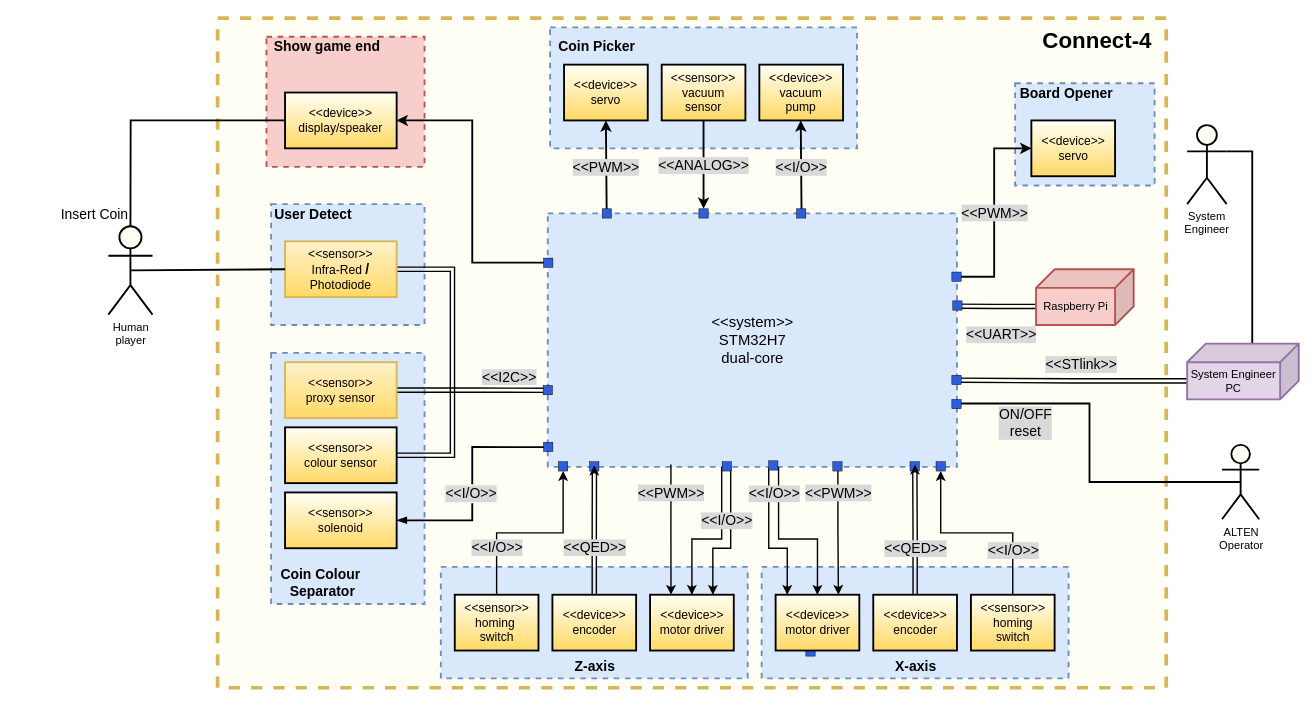
Above: 4. Diagrams/System/block-diagram-connect4.drawio in BorIvanov/Documents (draw.io), before the change. Source tidied: cells renumbered, new cells numbered last; positions are measured from the earlier drawing's top-left corner, leaving out a move shared by most shapes. Both pictures are drawn from the tidied source at 93%, with x=0, y=0 at pixel (52, 18).
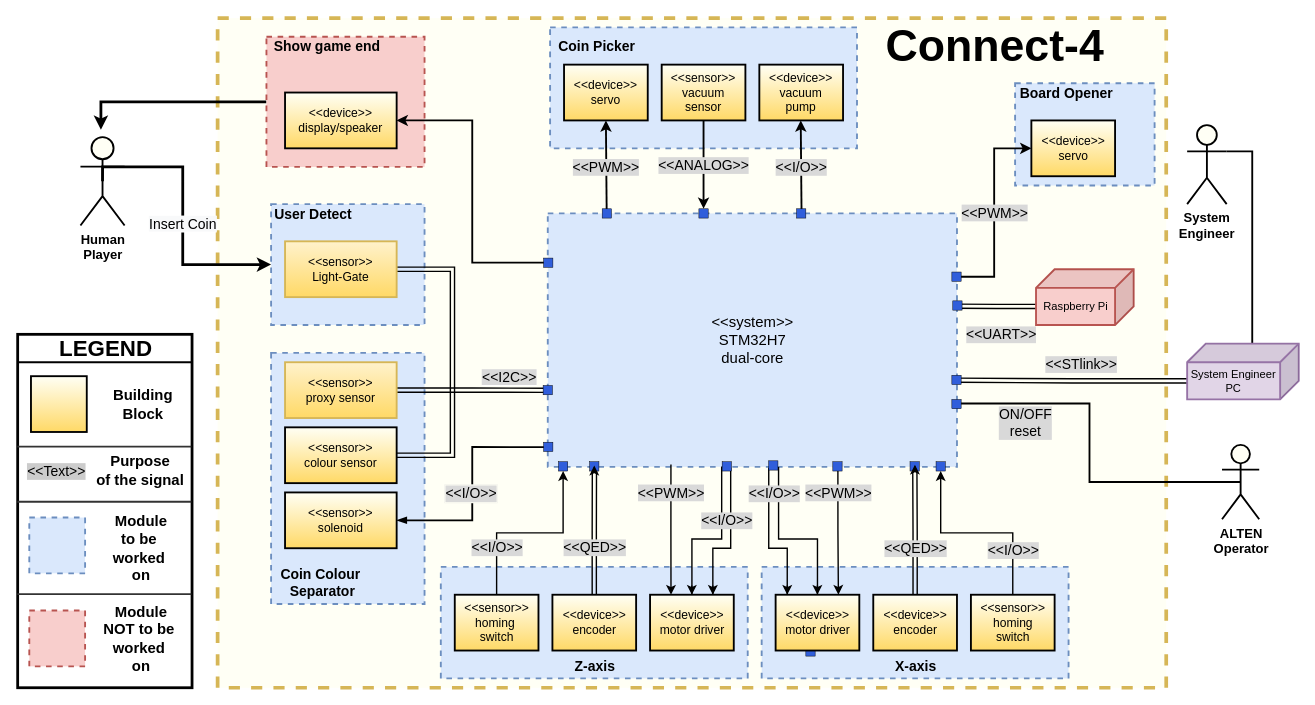
The same page after the edit.

The change refers to these unchanged cells:
```xml
<mxCell id="3" value="&lt;div style=&quot;text-align: justify&quot;&gt;&lt;br&gt;&lt;/div&gt;" style="rounded=0;whiteSpace=wrap;html=1;dashed=1;strokeWidth=2;fillColor=#f8cecc;strokeColor=#b85450;align=center;" parent="1" vertex="1">
  <mxGeometry x="230" y="20" width="170" height="140" as="geometry" />
</mxCell>
<mxCell id="5" style="rounded=0;whiteSpace=wrap;html=1;dashed=1;strokeWidth=2;fillColor=#dae8fc;strokeColor=#6c8ebf;" parent="1" vertex="1">
  <mxGeometry x="235" y="200" width="165" height="130" as="geometry" />
</mxCell>
<mxCell id="16" value="&amp;lt;&amp;lt;device&amp;gt;&amp;gt;&lt;br&gt;display/speaker" style="rounded=0;whiteSpace=wrap;html=1;fontSize=13;fontColor=none;strokeWidth=2;fillColor=#FFFFF5;gradientColor=#FFD966;" parent="1" vertex="1">
  <mxGeometry x="250" y="80" width="120" height="60" as="geometry" />
</mxCell>
```

Diff of the diagram source:
```diff
@@
+    <mxCell id="89" style="rounded=0;whiteSpace=wrap;html=1;fontSize=24;strokeWidth=3;" parent="1" vertex="1">
+      <mxGeometry x="-37.5" y="340" width="187.5" height="380" as="geometry" />
+    </mxCell>
@@
+    <mxCell id="90" style="edgeStyle=orthogonalEdgeStyle;rounded=0;jettySize=auto;html=1;exitX=0;exitY=0.5;exitDx=0;exitDy=0;strokeWidth=3;" parent="1" edge="1" source="3">
+      <mxGeometry relative="1" as="geometry">
+        <mxPoint x="52" y="120" as="targetPoint" />
+        <Array as="points">
+          <mxPoint x="52" y="90" />
+        </Array>
+      </mxGeometry>
+    </mxCell>
@@
-    <mxCell id="10" value="System&lt;br&gt;Engineer" style="shape=umlActor;verticalLabelPosition=bottom;verticalAlign=top;html=1;strokeWidth=2;fillColor=#FFFFF5;gradientColor=none;" parent="1" vertex="1">
+    <mxCell id="10" value="&lt;font style=&quot;font-size: 14px&quot;&gt;&lt;b&gt;System&lt;br&gt;Engineer&lt;/b&gt;&lt;/font&gt;" style="shape=umlActor;verticalLabelPosition=bottom;verticalAlign=top;html=1;strokeWidth=2;fillColor=#FFFFF5;gradientColor=none;" parent="1" vertex="1">
       <mxGeometry x="1220" y="115" width="42.5" height="85" as="geometry" />
     </mxCell>
-    <mxCell id="11" value="ALTEN&lt;br&gt;Operator" style="shape=umlActor;verticalLabelPosition=bottom;verticalAlign=top;html=1;strokeWidth=2;fillColor=#FFFFF5;gradientColor=none;" parent="1" vertex="1">
+    <mxCell id="11" value="&lt;font style=&quot;font-size: 14px&quot;&gt;&lt;b&gt;ALTEN&lt;br&gt;Operator&lt;/b&gt;&lt;/font&gt;" style="shape=umlActor;verticalLabelPosition=bottom;verticalAlign=top;html=1;strokeWidth=2;fillColor=#FFFFF5;gradientColor=none;" parent="1" vertex="1">
       <mxGeometry x="1257.5" y="458.8" width="40" height="80" as="geometry" />
     </mxCell>
+    <mxCell id="91" style="edgeStyle=orthogonalEdgeStyle;rounded=0;jettySize=auto;html=1;exitX=0.5;exitY=0.5;exitDx=0;exitDy=0;exitPerimeter=0;entryX=0;entryY=0.5;entryDx=0;entryDy=0;strokeWidth=3;" parent="1" edge="1" source="12" target="5">
+      <mxGeometry relative="1" as="geometry">
+        <Array as="points">
+          <mxPoint x="54" y="160" />
+          <mxPoint x="140" y="160" />
+          <mxPoint x="140" y="265" />
+        </Array>
+      </mxGeometry>
+    </mxCell>
+    <mxCell id="63" value="&lt;span style=&quot;font-size: 15px ; background-color: rgb(248 , 249 , 250)&quot;&gt;Insert Coin&lt;/span&gt;" style="edgeLabel;html=1;align=center;verticalAlign=middle;" parent="91" vertex="1">
+      <mxGeometry x="-0.24" y="-1" relative="1" as="geometry">
+        <mxPoint y="47" as="offset" />
+      </mxGeometry>
+    </mxCell>
-    <mxCell id="12" value="Human&lt;br&gt;player" style="shape=umlActor;verticalLabelPosition=bottom;verticalAlign=top;html=1;strokeWidth=2;fillColor=#FFFFF5;gradientColor=none;" parent="1" vertex="1">
-      <mxGeometry x="60" y="223.8" width="47.5" height="95" as="geometry" />
+    <mxCell id="12" value="&lt;font style=&quot;font-size: 14px&quot;&gt;&lt;b&gt;Human&lt;br&gt;Player&lt;/b&gt;&lt;/font&gt;" style="shape=umlActor;verticalLabelPosition=bottom;verticalAlign=top;html=1;strokeWidth=2;fillColor=#FFFFF5;gradientColor=none;" parent="1" vertex="1">
+      <mxGeometry x="30" y="128" width="47.5" height="95" as="geometry" />
     </mxCell>
@@
-    <mxCell id="45" value="&amp;lt;&amp;lt;sensor&amp;gt;&amp;gt;&lt;br&gt;Infra-Red &lt;b&gt;&lt;font style=&quot;font-size: 15px&quot;&gt;/&lt;/font&gt;&lt;/b&gt; Photodiode" style="rounded=0;whiteSpace=wrap;html=1;fontSize=13;strokeWidth=2;fillColor=#fff2cc;strokeColor=#d6b656;gradientColor=#FFD966;" parent="1" vertex="1">
+    <mxCell id="45" value="&amp;lt;&amp;lt;sensor&amp;gt;&amp;gt;&lt;br&gt;Light-Gate" style="rounded=0;whiteSpace=wrap;html=1;fontSize=13;strokeWidth=2;fillColor=#fff2cc;strokeColor=#d6b656;gradientColor=#FFD966;" parent="1" vertex="1">
       <mxGeometry x="250" y="240" width="120" height="60" as="geometry" />
     </mxCell>
@@
-    <mxCell id="59" style="endArrow=none;html=1;rounded=0;fontSize=15;fontColor=none;entryX=0;entryY=0.5;entryDx=0;entryDy=0;exitX=0.5;exitY=0;exitDx=0;exitDy=0;exitPerimeter=0;strokeWidth=2;" parent="1" edge="1" source="12" target="16">
-      <mxGeometry relative="1" as="geometry">
-        <Array as="points">
-          <mxPoint x="84" y="110" />
-        </Array>
-      </mxGeometry>
-    </mxCell>
-    <mxCell id="60" style="endArrow=none;html=1;rounded=0;fontSize=15;fontColor=none;entryX=0;entryY=0.5;entryDx=0;entryDy=0;exitX=0.5;exitY=0.5;exitDx=0;exitDy=0;exitPerimeter=0;strokeWidth=2;" parent="1" edge="1" source="12" target="45">
-      <mxGeometry relative="1" as="geometry" />
-    </mxCell>
@@
-    <mxCell id="63" value="Insert Coin" style="text;html=1;align=center;verticalAlign=middle;strokeColor=none;fillColor=none;fontSize=15;fontColor=none;" parent="1" vertex="1">
-      <mxGeometry y="200" width="90" height="20" as="geometry" />
-    </mxCell>
@@
-    <mxCell id="82" value="Connect-4" style="text;html=1;align=center;verticalAlign=middle;strokeColor=none;fillColor=none;fontSize=24;fontColor=default;fontStyle=1;" parent="1" vertex="1">
-      <mxGeometry x="1057.5" y="10" width="130" height="30" as="geometry" />
+    <mxCell id="82" value="&lt;font style=&quot;font-size: 48px&quot;&gt;Connect-4&lt;/font&gt;" style="text;html=1;align=center;verticalAlign=middle;strokeColor=none;fillColor=none;fontSize=24;fontColor=default;fontStyle=1;" parent="1" vertex="1">
+      <mxGeometry x="887.5" y="10" width="250" height="40" as="geometry" />
     </mxCell>
@@
+    <mxCell id="92" value="&lt;div style=&quot;text-align: justify&quot;&gt;&lt;br&gt;&lt;/div&gt;" style="rounded=0;whiteSpace=wrap;html=1;dashed=1;strokeWidth=2;fillColor=#f8cecc;strokeColor=#b85450;align=center;" parent="1" vertex="1">
+      <mxGeometry x="-25" y="637" width="60" height="60" as="geometry" />
+    </mxCell>
+    <mxCell id="93" style="rounded=0;whiteSpace=wrap;html=1;dashed=1;strokeWidth=2;fillColor=#dae8fc;strokeColor=#6c8ebf;" parent="1" vertex="1">
+      <mxGeometry x="-25" y="537" width="60" height="60" as="geometry" />
+    </mxCell>
+    <mxCell id="94" style="rounded=0;whiteSpace=wrap;html=1;fontSize=13;fontColor=none;strokeWidth=2;fillColor=#FFFFF5;gradientColor=#FFD966;" parent="1" vertex="1">
+      <mxGeometry x="-23.2" y="385" width="60" height="60" as="geometry" />
+    </mxCell>
+    <mxCell id="95" value="Building&lt;br style=&quot;font-size: 16px;&quot;&gt;Block" style="text;html=1;align=center;verticalAlign=middle;strokeColor=none;fillColor=none;fontSize=16;fontStyle=1;" parent="1" vertex="1">
+      <mxGeometry x="56.8" y="395" width="80" height="40" as="geometry" />
+    </mxCell>
+    <mxCell id="96" value="Module&lt;br style=&quot;font-size: 16px;&quot;&gt;to be&amp;nbsp;&lt;br style=&quot;font-size: 16px;&quot;&gt;worked&amp;nbsp;&lt;br style=&quot;font-size: 16px;&quot;&gt;on" style="text;html=1;align=center;verticalAlign=middle;strokeColor=none;fillColor=none;fontSize=16;fontStyle=1;" parent="1" vertex="1">
+      <mxGeometry x="55" y="530" width="80" height="80" as="geometry" />
+    </mxCell>
+    <mxCell id="97" value="Module&lt;br style=&quot;font-size: 16px;&quot;&gt;NOT to be&amp;nbsp;&lt;br style=&quot;font-size: 16px;&quot;&gt;worked&amp;nbsp;&lt;br style=&quot;font-size: 16px;&quot;&gt;on" style="text;html=1;align=center;verticalAlign=middle;strokeColor=none;fillColor=none;fontSize=16;fontStyle=1;" parent="1" vertex="1">
+      <mxGeometry x="45" y="627" width="100" height="80" as="geometry" />
+    </mxCell>
+    <mxCell id="98" value="&lt;b&gt;&lt;font style=&quot;font-size: 24px&quot;&gt;LEGEND&lt;/font&gt;&lt;/b&gt;" style="text;html=1;align=center;verticalAlign=middle;strokeColor=none;fillColor=none;fontSize=16;" parent="1" vertex="1">
+      <mxGeometry x="-3.2" y="341" width="120" height="30" as="geometry" />
+    </mxCell>
+    <mxCell id="99" value="&lt;span style=&quot;font-size: 15px;&quot;&gt;&amp;lt;&amp;lt;Text&amp;gt;&amp;gt;&lt;/span&gt;" style="text;html=1;align=center;verticalAlign=middle;strokeColor=none;fillColor=none;fontSize=15;labelBackgroundColor=#CCCCCC;" parent="1" vertex="1">
+      <mxGeometry x="-35.8" y="477" width="80" height="20" as="geometry" />
+    </mxCell>
+    <mxCell id="100" value="Purpose&lt;br&gt;of the signal" style="text;html=1;align=center;verticalAlign=middle;strokeColor=none;fillColor=none;fontSize=16;fontStyle=1;" parent="1" vertex="1">
+      <mxGeometry x="39.2" y="466" width="110" height="40" as="geometry" />
+    </mxCell>
+    <mxCell id="101" style="endArrow=none;html=1;rounded=0;fontSize=15;fontColor=#CCCCCC;strokeWidth=2;" parent="1" edge="1">
+      <mxGeometry relative="1" as="geometry">
+        <mxPoint x="-37" y="370" as="sourcePoint" />
+        <mxPoint x="150" y="370" as="targetPoint" />
+      </mxGeometry>
+    </mxCell>
+    <mxCell id="102" style="endArrow=none;html=1;rounded=0;fontSize=15;fontColor=#CCCCCC;strokeColor=#333333;strokeWidth=2;" parent="1" edge="1">
+      <mxGeometry relative="1" as="geometry">
+        <mxPoint x="-37.8" y="460.7" as="sourcePoint" />
+        <mxPoint x="149.2" y="460.7" as="targetPoint" />
+      </mxGeometry>
+    </mxCell>
+    <mxCell id="103" style="endArrow=none;html=1;rounded=0;fontSize=15;fontColor=#CCCCCC;strokeColor=#333333;strokeWidth=2;" parent="1" edge="1">
+      <mxGeometry relative="1" as="geometry">
+        <mxPoint x="-37.8" y="520" as="sourcePoint" />
+        <mxPoint x="149.2" y="520" as="targetPoint" />
+      </mxGeometry>
+    </mxCell>
+    <mxCell id="104" style="endArrow=none;html=1;rounded=0;fontSize=15;fontColor=#CCCCCC;strokeColor=#333333;strokeWidth=2;" parent="1" edge="1">
+      <mxGeometry relative="1" as="geometry">
+        <mxPoint x="-37.8" y="619.4" as="sourcePoint" />
+        <mxPoint x="149.2" y="619.4" as="targetPoint" />
+      </mxGeometry>
+    </mxCell>
```
